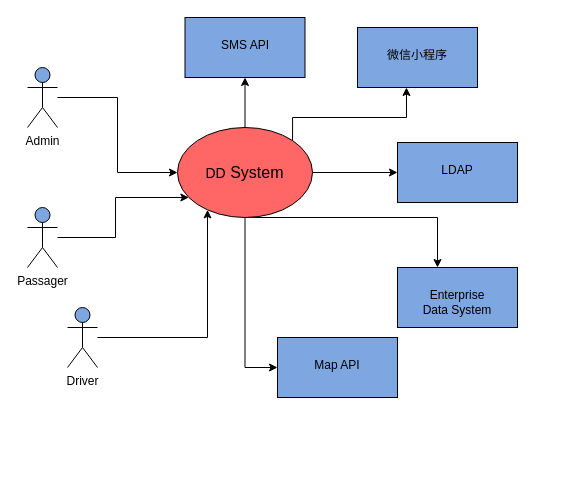
This is page "System Context" (1 of 4) of DD_Logical_Arch_overview.drawio from JackZhao2517/drawio_folder, a draw.io file, before an edit. Source tidied: cells renumbered, new cells numbered last; positions are measured from the earlier drawing's top-left corner, leaving out a move shared by most shapes. Both pictures are drawn from the tidied source at 100%, with x=0, y=0 at pixel (27, 17).
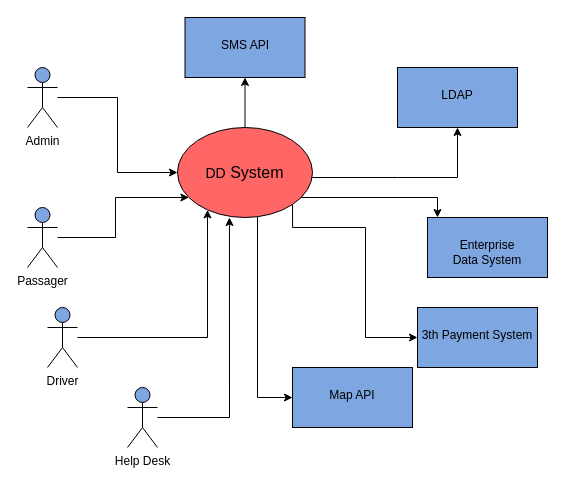
The same page after the edit.

The change refers to these unchanged cells:
```xml
<mxCell id="14" value="&lt;div&gt;&lt;br&gt;&lt;/div&gt;&lt;div&gt;&lt;br&gt;&lt;/div&gt;&lt;div&gt;&lt;font style=&quot;font-size: 14px&quot;&gt;DD&lt;/font&gt;&lt;font size=&quot;3&quot;&gt; System&lt;/font&gt;&lt;/div&gt;" style="ellipse;whiteSpace=wrap;html=1;verticalAlign=top;fillColor=#FF6666;" parent="1" vertex="1">
  <mxGeometry x="150" y="110" width="135" height="90" as="geometry" />
</mxCell>
```

Change to the diagram source:
```diff
@@
     <mxCell id="7" value="Driver" style="shape=umlActor;verticalLabelPosition=bottom;verticalAlign=top;html=1;outlineConnect=0;fillColor=#7EA6E0;direction=east;" parent="1" vertex="1">
-      <mxGeometry x="40" y="290" width="30" height="60" as="geometry" />
+      <mxGeometry x="20" y="290" width="30" height="60" as="geometry" />
     </mxCell>
     <mxCell id="8" value="&lt;div&gt;&lt;br&gt;&lt;/div&gt;&lt;div&gt;Map API&lt;/div&gt;" style="whiteSpace=wrap;html=1;verticalAlign=top;fillColor=#7EA6E0;" parent="1" vertex="1">
-      <mxGeometry x="250" y="320" width="120" height="60" as="geometry" />
+      <mxGeometry x="265" y="350" width="120" height="60" as="geometry" />
     </mxCell>
-    <mxCell id="9" style="edgeStyle=orthogonalEdgeStyle;rounded=0;jettySize=auto;html=1;entryX=0;entryY=0.5;entryDx=0;entryDy=0;" parent="1" edge="1" source="14" target="8">
+    <mxCell id="9" style="edgeStyle=orthogonalEdgeStyle;rounded=0;jettySize=auto;html=1;" parent="1" edge="1" source="14">
       <mxGeometry relative="1" as="geometry">
+        <mxPoint x="265" y="380" as="targetPoint" />
         <Array as="points">
-          <mxPoint x="218" y="350" />
+          <mxPoint x="230" y="380" />
         </Array>
       </mxGeometry>
     </mxCell>
     <mxCell id="10" style="edgeStyle=orthogonalEdgeStyle;rounded=0;jettySize=auto;html=1;" parent="1" edge="1" source="14" target="15">
       <mxGeometry relative="1" as="geometry">
         <Array as="points">
-          <mxPoint x="410" y="200" />
+          <mxPoint x="410" y="180" />
         </Array>
       </mxGeometry>
     </mxCell>
@@
-    <mxCell id="13" style="edgeStyle=orthogonalEdgeStyle;rounded=0;jettySize=auto;html=1;exitX=1;exitY=0;exitDx=0;exitDy=0;entryX=0.408;entryY=1;entryDx=0;entryDy=0;entryPerimeter=0;" parent="1" edge="1" source="14" target="18">
-      <mxGeometry relative="1" as="geometry">
-        <Array as="points">
-          <mxPoint x="265" y="100" />
-          <mxPoint x="379" y="100" />
-        </Array>
-      </mxGeometry>
-    </mxCell>
+    <mxCell id="19" style="edgeStyle=orthogonalEdgeStyle;rounded=0;jettySize=auto;html=1;exitX=1;exitY=1;exitDx=0;exitDy=0;entryX=0;entryY=0.5;entryDx=0;entryDy=0;" parent="1" edge="1" source="14" target="22">
+      <mxGeometry relative="1" as="geometry">
+        <Array as="points">
+          <mxPoint x="265" y="210" />
+          <mxPoint x="338" y="210" />
+          <mxPoint x="338" y="320" />
+        </Array>
+      </mxGeometry>
+    </mxCell>
@@
     <mxCell id="15" value="&lt;div&gt;&lt;br&gt;&lt;/div&gt;&lt;div&gt;Enterprise &lt;br&gt;&lt;/div&gt;Data System" style="whiteSpace=wrap;html=1;verticalAlign=top;fillColor=#7EA6E0;" parent="1" vertex="1">
-      <mxGeometry x="370" y="250" width="120" height="60" as="geometry" />
+      <mxGeometry x="400" y="200" width="120" height="60" as="geometry" />
     </mxCell>
     <mxCell id="16" value="&lt;div&gt;&lt;br&gt;&lt;/div&gt;&lt;div&gt;LDAP&lt;br&gt;&lt;/div&gt;" style="whiteSpace=wrap;html=1;verticalAlign=top;fillColor=#7EA6E0;" parent="1" vertex="1">
-      <mxGeometry x="370" y="125" width="120" height="60" as="geometry" />
+      <mxGeometry x="370" y="50" width="120" height="60" as="geometry" />
     </mxCell>
@@
-    <mxCell id="18" value="&lt;div&gt;&lt;br&gt;&lt;/div&gt;&lt;div&gt;微信小程序&lt;br&gt;&lt;/div&gt;" style="whiteSpace=wrap;html=1;verticalAlign=top;fillColor=#7EA6E0;" parent="1" vertex="1">
-      <mxGeometry x="330" y="10" width="120" height="60" as="geometry" />
-    </mxCell>
+    <mxCell id="20" style="edgeStyle=orthogonalEdgeStyle;rounded=0;jettySize=auto;html=1;entryX=0.385;entryY=1;entryDx=0;entryDy=0;entryPerimeter=0;" parent="1" edge="1" source="21" target="14">
+      <mxGeometry relative="1" as="geometry" />
+    </mxCell>
+    <mxCell id="21" value="Help Desk" style="shape=umlActor;verticalLabelPosition=bottom;verticalAlign=top;html=1;outlineConnect=0;fillColor=#7EA6E0;direction=east;" parent="1" vertex="1">
+      <mxGeometry x="100" y="370" width="30" height="60" as="geometry" />
+    </mxCell>
+    <mxCell id="22" value="&lt;div&gt;&lt;br&gt;&lt;/div&gt;&lt;div&gt;3th Payment System&lt;/div&gt;" style="whiteSpace=wrap;html=1;verticalAlign=top;fillColor=#7EA6E0;" parent="1" vertex="1">
+      <mxGeometry x="390" y="290" width="120" height="60" as="geometry" />
+    </mxCell>
```
